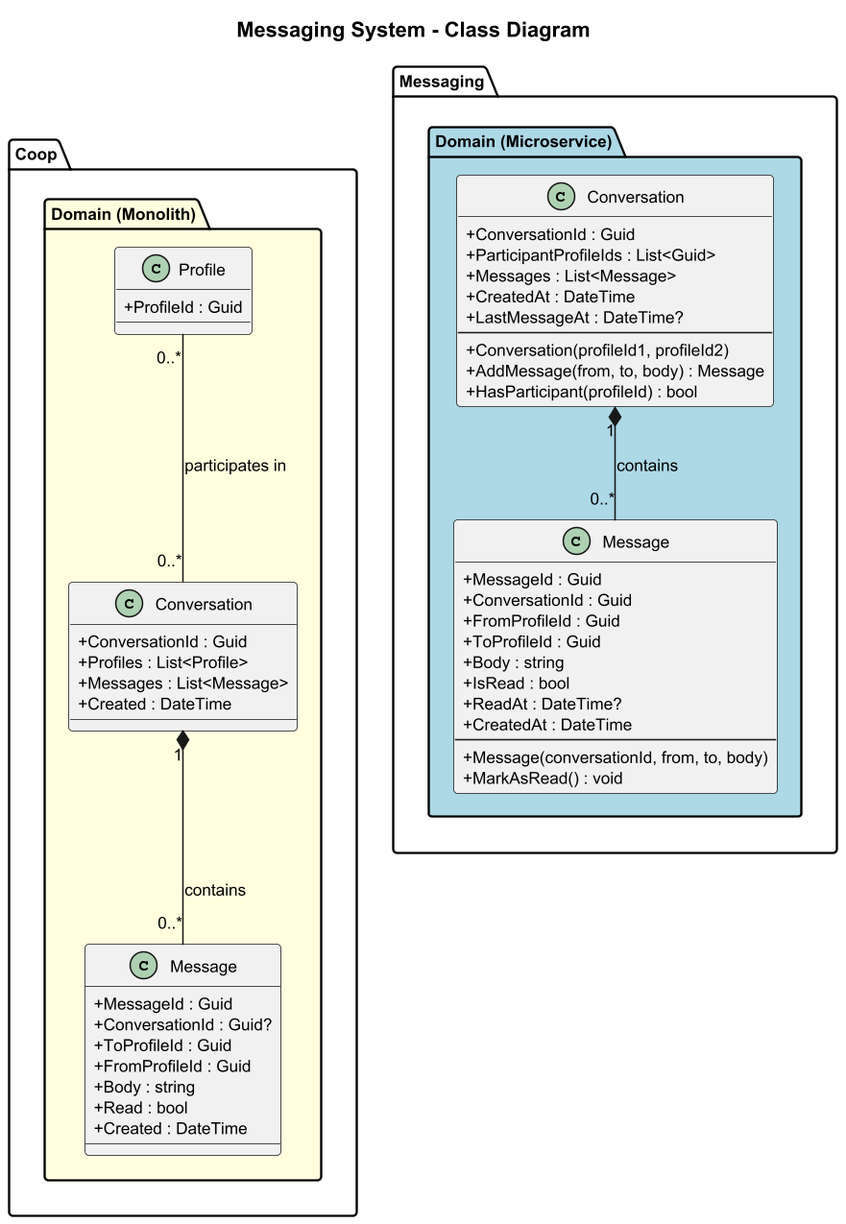
The PlantUML diagram docs/detailed-designs/07-messaging-system/class-diagram.png in QuinntyneBrown/Coop, before a commit.
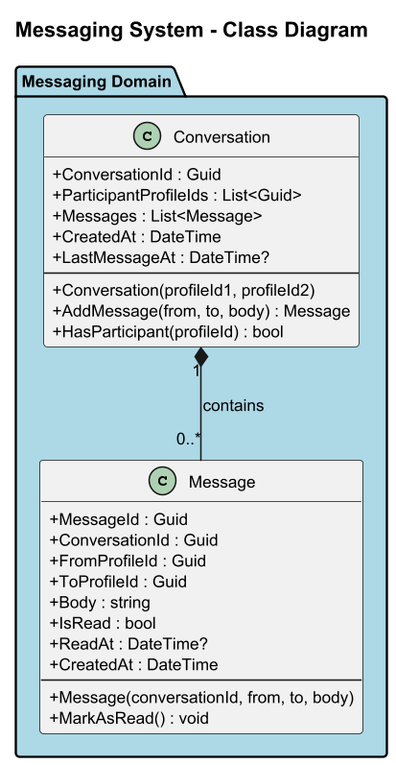
After the change.

What changed in the source:
```diff
@@ -5,33 +5,7 @@
 skinparam defaultFontSize 11
 title Messaging System - Class Diagram
 
-package "Coop.Domain (Monolith)" #LightYellow {
-  class "Conversation" as MC {
-    +ConversationId : Guid
-    +Profiles : List<Profile>
-    +Messages : List<Message>
-    +Created : DateTime
-  }
-
-  class "Message" as MM {
-    +MessageId : Guid
-    +ConversationId : Guid?
-    +ToProfileId : Guid
-    +FromProfileId : Guid
-    +Body : string
-    +Read : bool
-    +Created : DateTime
-  }
-
-  class "Profile" as MP {
-    +ProfileId : Guid
-  }
-
-  MP "0..*" -- "0..*" MC : participates in
-  MC "1" *-- "0..*" MM : contains
-}
-
-package "Messaging.Domain (Microservice)" #LightBlue {
+package "Messaging Domain" #LightBlue {
   class Conversation {
     +ConversationId : Guid
     +ParticipantProfileIds : List<Guid>
```
